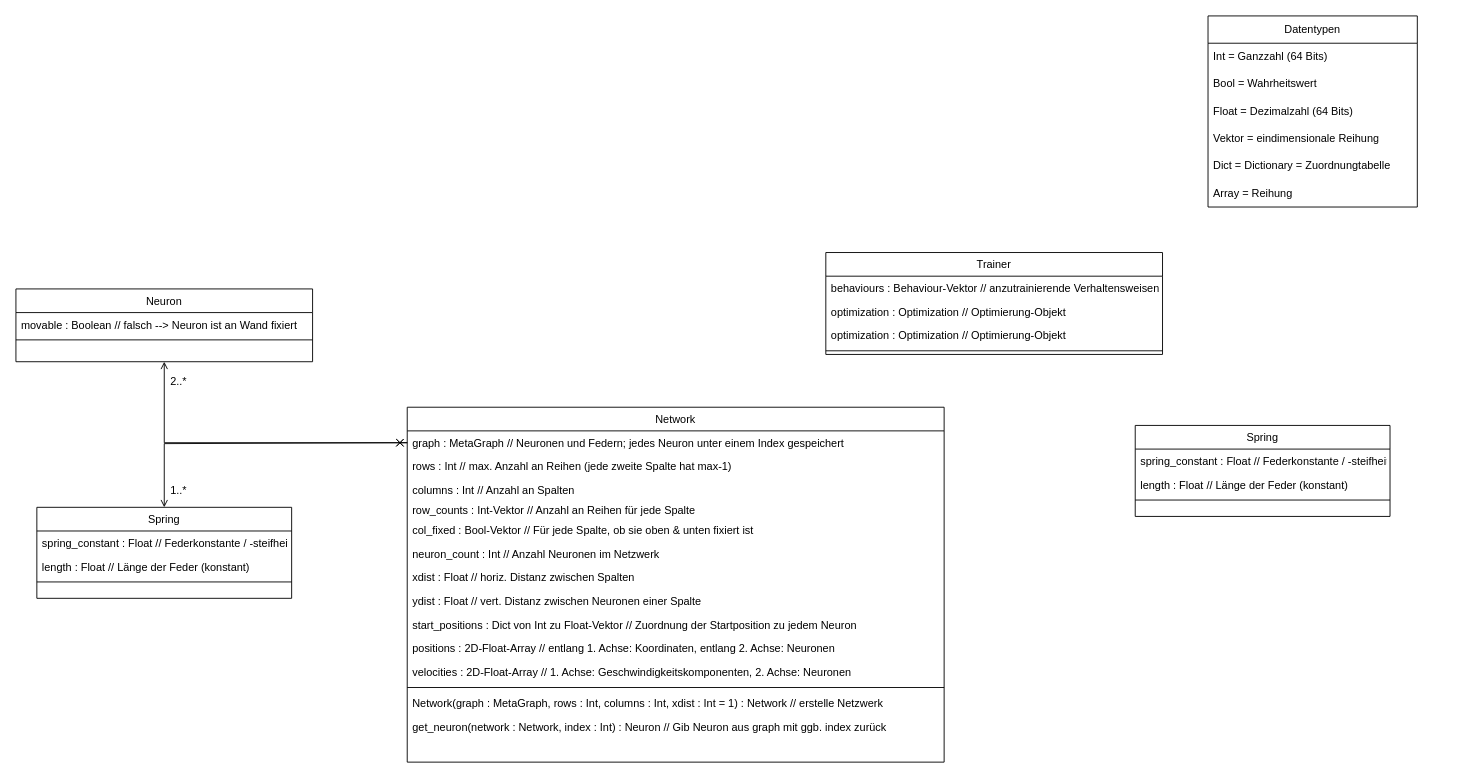
Before: page "Page-2" (2 of 2) of projektskizze/bilder/Unbenanntes Diagramm.drawio in Alexander-Reimer/Simulation-of-MNNs, a draw.io diagram. Source tidied: cells renumbered, new cells numbered last; positions are measured from the earlier drawing's top-left corner, leaving out a move shared by most shapes. Both pictures are drawn from the tidied source at 91%, with x=0, y=0 at pixel (15, 15).
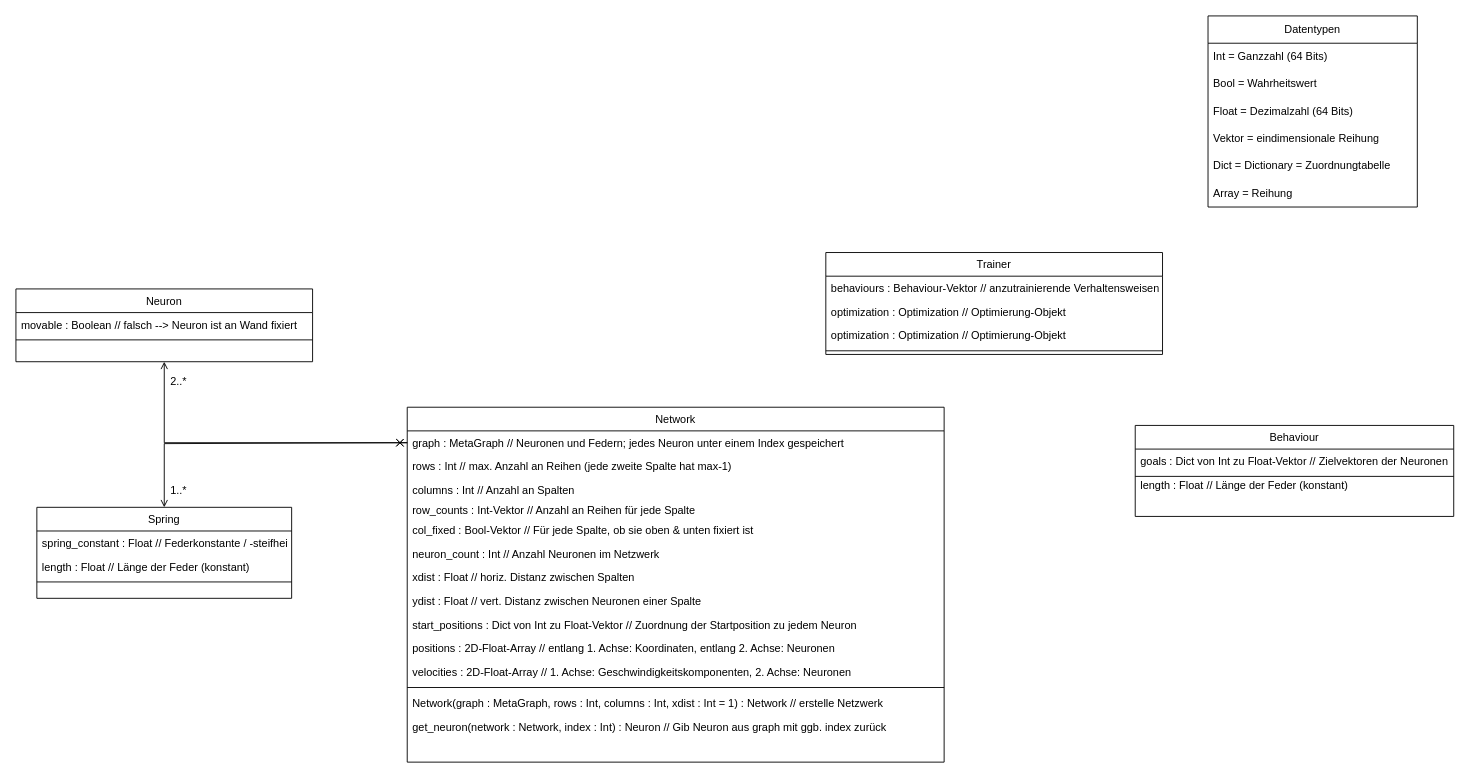
The same diagram, later.

The edit, as a diff of the source:
```diff
@@
-    <mxCell id="37" value="Spring" style="swimlane;fontStyle=0;align=center;verticalAlign=top;horizontal=1;startSize=26;rounded=0;shadow=0;strokeWidth=1;" parent="1" vertex="1">
-      <mxGeometry x="1230" y="450" width="280" height="100" as="geometry" />
+    <mxCell id="37" value="Behaviour" style="swimlane;fontStyle=0;align=center;verticalAlign=top;horizontal=1;startSize=26;rounded=0;shadow=0;strokeWidth=1;" parent="1" vertex="1">
+      <mxGeometry x="1230" y="450" width="350" height="100" as="geometry" />
     </mxCell>
-    <mxCell id="38" value="spring_constant : Float // Federkonstante / -steifheit" style="text;align=left;verticalAlign=top;spacingLeft=4;spacingRight=4;overflow=hidden;" parent="37" vertex="1">
-      <mxGeometry y="26" width="280" height="26" as="geometry" />
+    <mxCell id="38" value="goals : Dict von Int zu Float-Vektor // Zielvektoren der Neuronen" style="text;align=left;verticalAlign=top;spacingLeft=4;spacingRight=4;overflow=hidden;" parent="37" vertex="1">
+      <mxGeometry y="26" width="350" height="26" as="geometry" />
     </mxCell>
-    <mxCell id="39" value="length : Float // Länge der Feder (konstant)" style="text;align=left;verticalAlign=top;spacingLeft=4;spacingRight=4;overflow=hidden;" parent="37" vertex="1">
-      <mxGeometry y="52" width="280" height="26" as="geometry" />
-    </mxCell>
     <mxCell id="40" style="line;html=1;strokeWidth=1;align=left;verticalAlign=middle;spacingTop=-1;spacingLeft=3;spacingRight=3;labelPosition=right;" parent="37" vertex="1">
-      <mxGeometry y="78" width="280" height="8" as="geometry" />
+      <mxGeometry y="52" width="350" height="8" as="geometry" />
     </mxCell>
@@
+    <mxCell id="39" value="length : Float // Länge der Feder (konstant)" style="text;align=left;verticalAlign=top;spacingLeft=4;spacingRight=4;overflow=hidden;" parent="1" vertex="1">
+      <mxGeometry x="1230" y="502" width="280" height="26" as="geometry" />
+    </mxCell>
```
